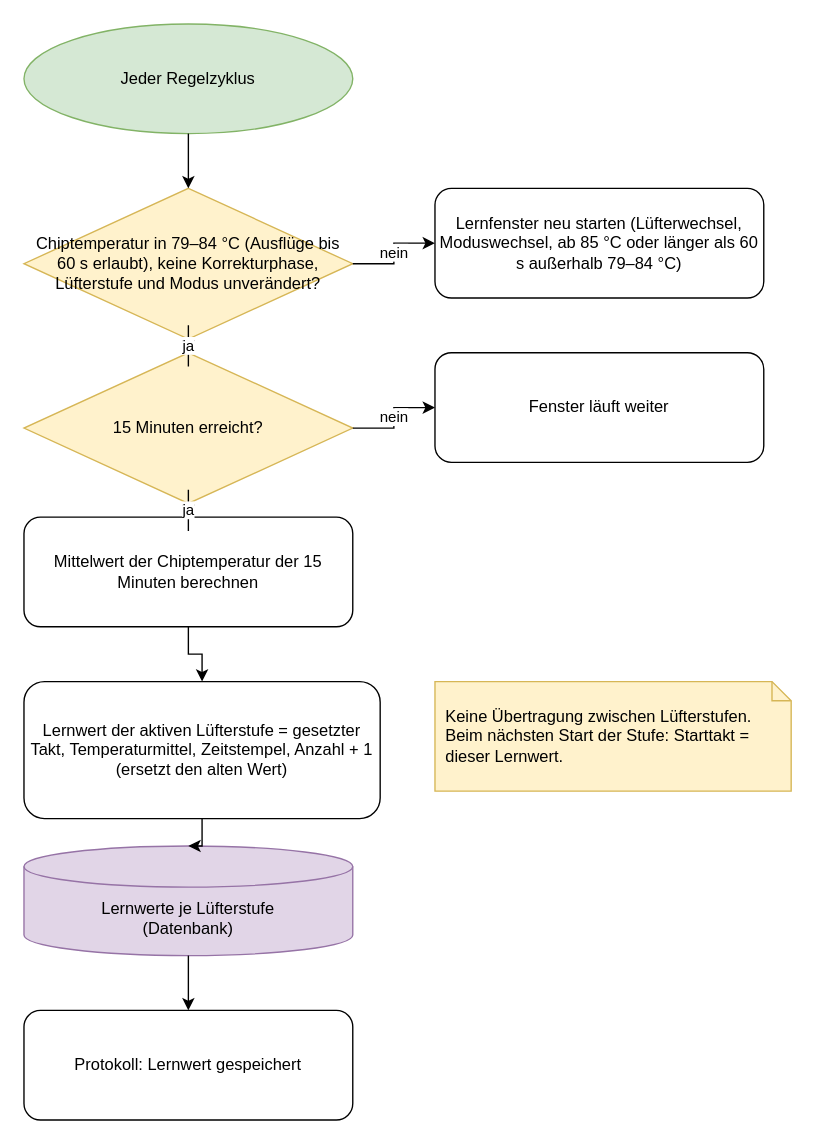
Before: page "6 Lernen" (6 of 8) of docs/claude/Regelungslogik-Luefter-Takt.drawio in lieferbaer/miner-sentinel, a draw.io diagram. Source tidied: cells renumbered, new cells numbered last; positions are measured from the earlier drawing's top-left corner, leaving out a move shared by most shapes. Both pictures are drawn from the tidied source at 137%, with x=0, y=0 at pixel (23, 23).
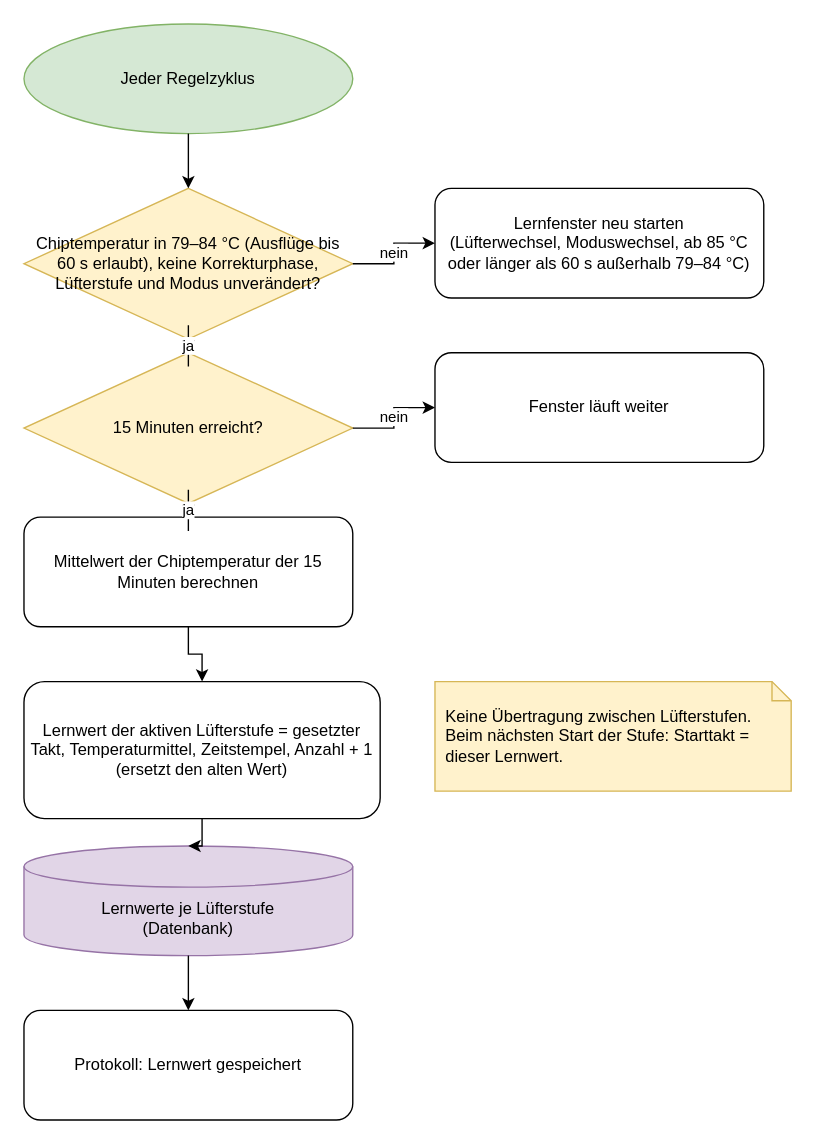
Above is the later version.

Change to the diagram source:
```diff
@@
 <mxGraphModel>
   <root>
     <mxCell id="0" />
     <mxCell id="1" parent="0" />
     <mxCell id="2" value="Jeder Regelzyklus" style="ellipse;whiteSpace=wrap;html=1;fillColor=#d5e8d4;strokeColor=#82b366;" parent="1" vertex="1">
       <mxGeometry width="240" height="80" as="geometry" />
     </mxCell>
     <mxCell id="3" value="Chiptemperatur in 79–84 °C (Ausflüge bis 60 s erlaubt), keine Korrekturphase, Lüfterstufe und Modus unverändert?" style="rhombus;whiteSpace=wrap;html=1;fillColor=#fff2cc;strokeColor=#d6b656;" parent="1" vertex="1">
       <mxGeometry y="120" width="240" height="110" as="geometry" />
     </mxCell>
-    <mxCell id="4" value="Lernfenster neu starten (Lüfterwechsel, Moduswechsel, ab 85 °C oder länger als 60 s außerhalb 79–84 °C)" style="rounded=1;whiteSpace=wrap;html=1;" parent="1" vertex="1">
+    <mxCell id="4" value="Lernfenster neu starten&lt;br&gt;(Lüfterwechsel, Moduswechsel, ab 85 °C oder länger als 60 s außerhalb 79–84 °C)" style="rounded=1;whiteSpace=wrap;html=1;" parent="1" vertex="1">
       <mxGeometry x="300" y="120" width="240" height="80" as="geometry" />
     </mxCell>
     <mxCell id="5" value="15 Minuten erreicht?" style="rhombus;whiteSpace=wrap;html=1;fillColor=#fff2cc;strokeColor=#d6b656;" parent="1" vertex="1">
       <mxGeometry y="240" width="240" height="110" as="geometry" />
     </mxCell>
     <mxCell id="6" value="Fenster läuft weiter" style="rounded=1;whiteSpace=wrap;html=1;" parent="1" vertex="1">
       <mxGeometry x="300" y="240" width="240" height="80" as="geometry" />
     </mxCell>
     <mxCell id="7" value="Mittelwert der Chiptemperatur der 15 Minuten berechnen" style="rounded=1;whiteSpace=wrap;html=1;" parent="1" vertex="1">
       <mxGeometry y="360" width="240" height="80" as="geometry" />
     </mxCell>
     <mxCell id="8" value="Lernwert der aktiven Lüfterstufe = gesetzter Takt, Temperaturmittel, Zeitstempel, Anzahl + 1&lt;br&gt;(ersetzt den alten Wert)" style="rounded=1;whiteSpace=wrap;html=1;" parent="1" vertex="1">
       <mxGeometry y="480" width="260" height="100" as="geometry" />
     </mxCell>
     <mxCell id="9" value="Lernwerte je Lüfterstufe&lt;br&gt;(Datenbank)" style="shape=cylinder3;whiteSpace=wrap;html=1;boundedLbl=1;backgroundOutline=1;size=15;fillColor=#e1d5e7;strokeColor=#9673a6;" parent="1" vertex="1">
       <mxGeometry y="600" width="240" height="80" as="geometry" />
     </mxCell>
     <mxCell id="10" value="Protokoll: Lernwert gespeichert" style="rounded=1;whiteSpace=wrap;html=1;" parent="1" vertex="1">
       <mxGeometry y="720" width="240" height="80" as="geometry" />
     </mxCell>
     <mxCell id="11" value="Keine Übertragung zwischen Lüfterstufen.&lt;br&gt;Beim nächsten Start der Stufe: Starttakt = dieser Lernwert." style="shape=note;whiteSpace=wrap;html=1;size=14;fillColor=#fff2cc;strokeColor=#d6b656;align=left;spacingLeft=6;" parent="1" vertex="1">
       <mxGeometry x="300" y="480" width="260" height="80" as="geometry" />
     </mxCell>
     <mxCell id="12" style="edgeStyle=orthogonalEdgeStyle;rounded=0;jettySize=auto;html=1;" parent="1" edge="1" source="2" target="3">
       <mxGeometry relative="1" as="geometry" />
     </mxCell>
     <mxCell id="13" value="nein" style="edgeStyle=orthogonalEdgeStyle;rounded=0;jettySize=auto;html=1;" parent="1" edge="1" source="3" target="4">
       <mxGeometry relative="1" as="geometry" />
     </mxCell>
     <mxCell id="14" value="ja" style="edgeStyle=orthogonalEdgeStyle;rounded=0;jettySize=auto;html=1;" parent="1" edge="1" source="3" target="5">
       <mxGeometry relative="1" as="geometry" />
     </mxCell>
     <mxCell id="15" value="nein" style="edgeStyle=orthogonalEdgeStyle;rounded=0;jettySize=auto;html=1;" parent="1" edge="1" source="5" target="6">
       <mxGeometry relative="1" as="geometry" />
     </mxCell>
     <mxCell id="16" value="ja" style="edgeStyle=orthogonalEdgeStyle;rounded=0;jettySize=auto;html=1;" parent="1" edge="1" source="5" target="7">
       <mxGeometry relative="1" as="geometry" />
     </mxCell>
     <mxCell id="17" style="edgeStyle=orthogonalEdgeStyle;rounded=0;jettySize=auto;html=1;" parent="1" edge="1" source="7" target="8">
       <mxGeometry relative="1" as="geometry" />
     </mxCell>
     <mxCell id="18" style="edgeStyle=orthogonalEdgeStyle;rounded=0;jettySize=auto;html=1;" parent="1" edge="1" source="8" target="9">
       <mxGeometry relative="1" as="geometry" />
     </mxCell>
     <mxCell id="19" style="edgeStyle=orthogonalEdgeStyle;rounded=0;jettySize=auto;html=1;" parent="1" edge="1" source="9" target="10">
       <mxGeometry relative="1" as="geometry" />
     </mxCell>
   </root>
 </mxGraphModel>
```
